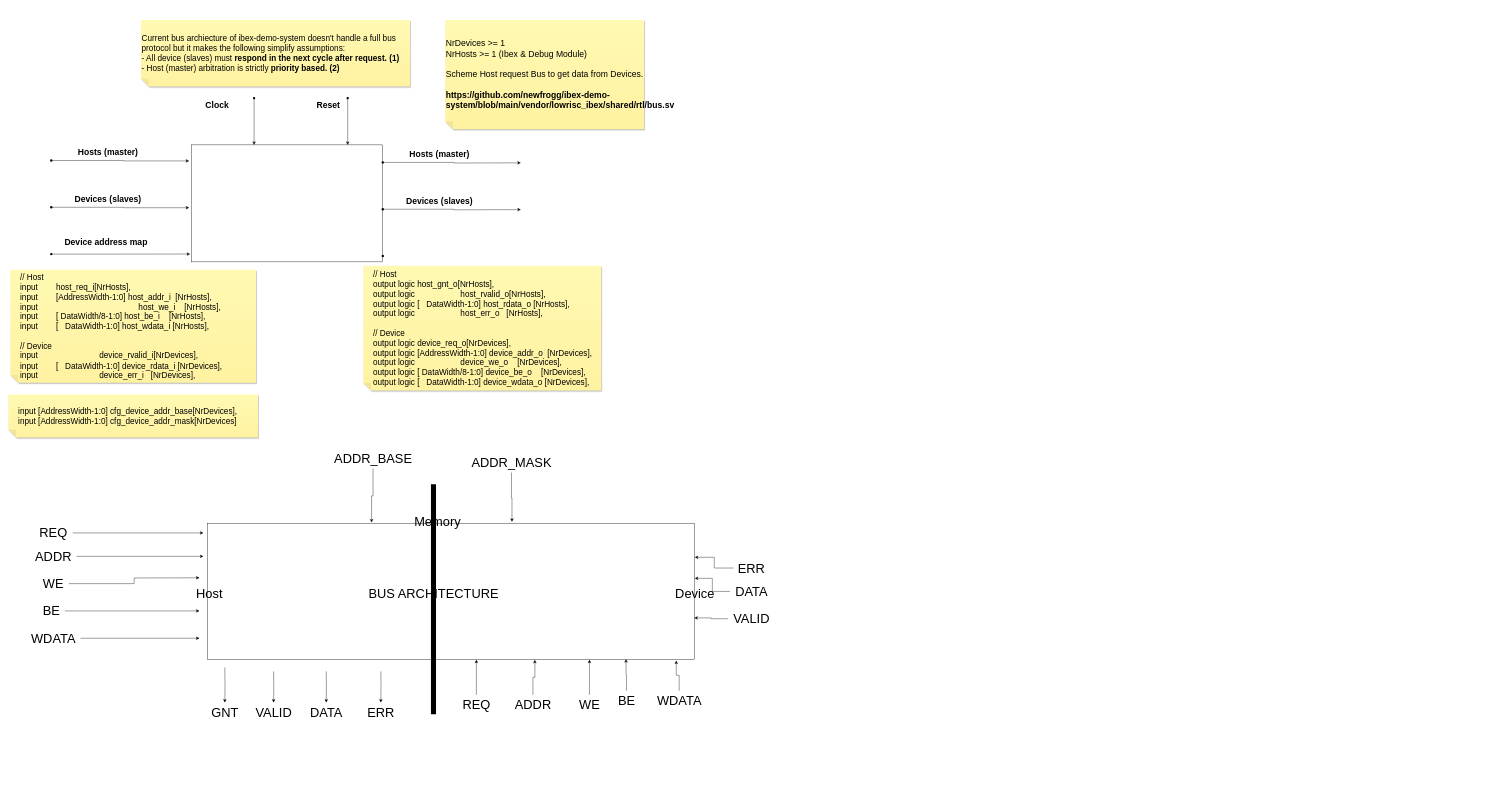
The draw.io diagram page "bus" (5 of 5) of doc/LSTMAccelerator.drawio in newfrogg/LSTMAccelerator, before the edit. Source tidied: cells renumbered, new cells numbered last; positions are measured from the earlier drawing's top-left corner, leaving out a move shared by most shapes. Both pictures are drawn from the tidied source at 39%, with x=0, y=0 at pixel (8, 20).
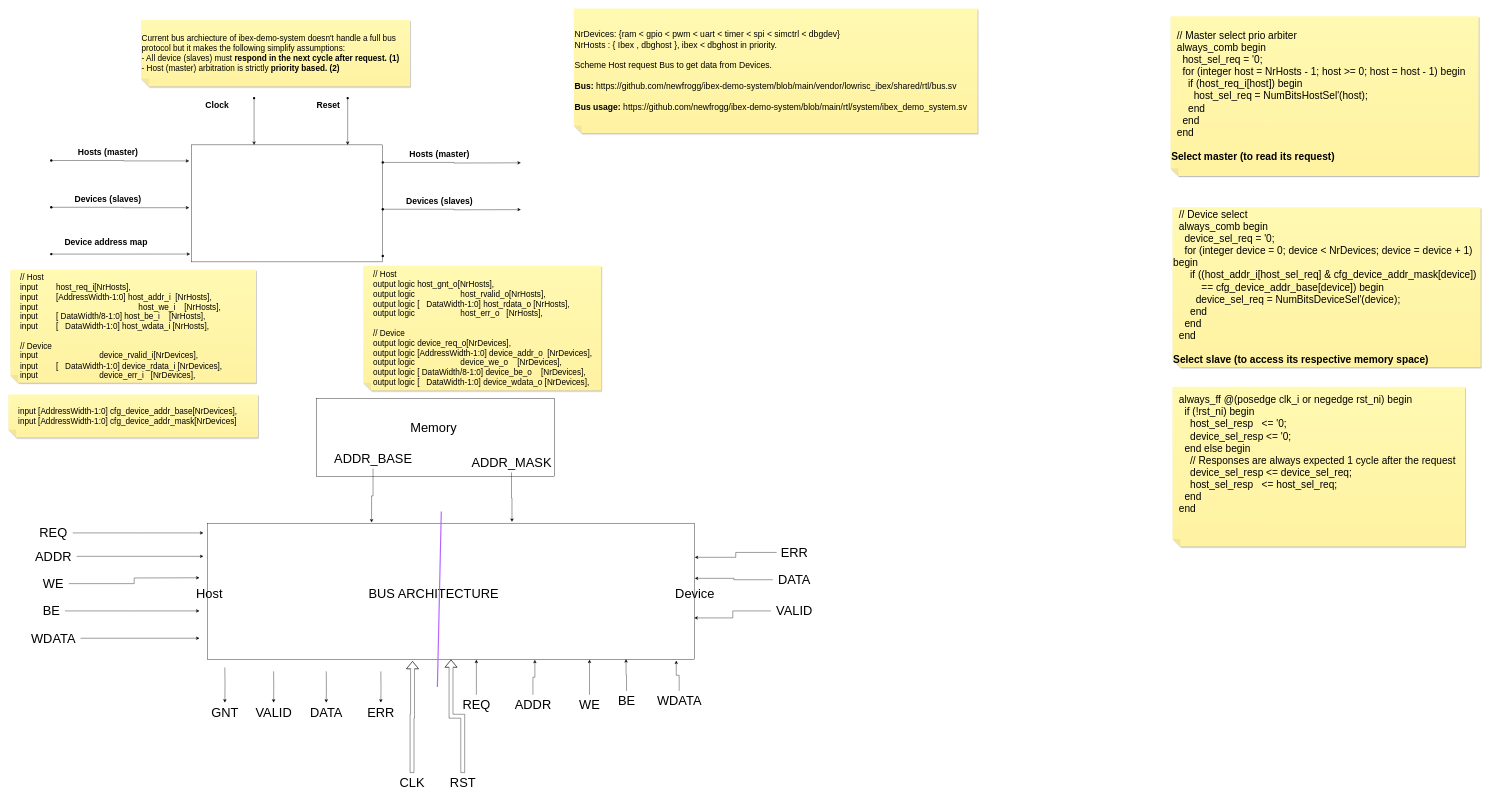
Above is the later version.

The change refers to these unchanged cells:
```xml
<mxCell id="30" style="rounded=0;whiteSpace=wrap;html=1;" parent="1" vertex="1">
  <mxGeometry x="510" y="1290" width="1250" height="350" as="geometry" />
</mxCell>
```

Change to the diagram source:
```diff
@@
+    <mxCell id="74" style="rounded=0;whiteSpace=wrap;html=1;" parent="1" vertex="1">
+      <mxGeometry x="790" y="970" width="610" height="200" as="geometry" />
+    </mxCell>
@@
-    <mxCell id="26" value="&lt;font style=&quot;font-size: 22px;&quot;&gt;NrDevices &amp;gt;= 1&lt;br&gt;NrHosts &amp;gt;= 1 (Ibex &amp;amp; Debug Module)&lt;br&gt;&lt;br&gt;Scheme Host request Bus to get data from Devices.&lt;br&gt;&lt;br&gt;&lt;b&gt;https://github.com/newfrogg/ibex-demo-system/blob/main/vendor/lowrisc_ibex/shared/rtl/bus.sv&lt;/b&gt;&lt;br&gt;&lt;/font&gt;" style="shape=note;whiteSpace=wrap;html=1;backgroundOutline=1;fontColor=#000000;darkOpacity=0.05;fillColor=#FFF9B2;strokeColor=none;fillStyle=solid;direction=west;gradientDirection=north;gradientColor=#FFF2A1;shadow=1;size=20;align=left;" parent="1" vertex="1">
-      <mxGeometry x="1120" width="510" height="280" as="geometry" />
+    <mxCell id="26" value="&lt;font style=&quot;font-size: 22px;&quot;&gt;NrDevices: {ram &amp;lt; gpio &amp;lt; pwm &amp;lt; uart &amp;lt; timer &amp;lt; spi &amp;lt; simctrl &amp;lt; dbgdev}&lt;br&gt;NrHosts : { Ibex , dbghost }, ibex &amp;lt; dbghost in priority.&lt;br&gt;&lt;br&gt;Scheme Host request Bus to get data from Devices.&lt;br&gt;&lt;br&gt;&lt;b&gt;Bus: &lt;/b&gt;https://github.com/newfrogg/ibex-demo-system/blob/main/vendor/lowrisc_ibex/shared/rtl/bus.sv&lt;br&gt;&lt;/font&gt;&lt;div&gt;&lt;font style=&quot;font-size: 22px;&quot;&gt;&lt;b&gt;&lt;br&gt;&lt;/b&gt;&lt;/font&gt;&lt;/div&gt;&lt;div&gt;&lt;font style=&quot;&quot;&gt;&lt;span style=&quot;font-size: 22px;&quot;&gt;&lt;b&gt;Bus usage: &lt;/b&gt;https://github.com/newfrogg/ibex-demo-system/blob/main/rtl/system/ibex_demo_system.sv&lt;/span&gt;&lt;br&gt;&lt;/font&gt;&lt;/div&gt;" style="shape=note;whiteSpace=wrap;html=1;backgroundOutline=1;fontColor=#000000;darkOpacity=0.05;fillColor=#FFF9B2;strokeColor=none;fillStyle=solid;direction=west;gradientDirection=north;gradientColor=#FFF2A1;shadow=1;size=20;align=left;" parent="1" vertex="1">
+      <mxGeometry x="1450" y="-30" width="1035" height="320" as="geometry" />
     </mxCell>
@@
-    <mxCell id="31" style="endArrow=none;html=1;rounded=0;strokeWidth=13;" parent="1" edge="1">
-      <mxGeometry relative="1" as="geometry">
-        <mxPoint x="1090" y="1780" as="sourcePoint" />
-        <mxPoint x="1090" y="1190" as="targetPoint" />
-      </mxGeometry>
-    </mxCell>
@@
     <mxCell id="52" value="&lt;font style=&quot;font-size: 33px;&quot;&gt;VALID&lt;/font&gt;" style="text;html=1;align=center;verticalAlign=middle;points=[];strokeColor=none;fillColor=none;" parent="1" vertex="1">
-      <mxGeometry x="1845" y="1510" width="120" height="50" as="geometry" />
+      <mxGeometry x="1955" y="1490" width="120" height="50" as="geometry" />
     </mxCell>
     <mxCell id="53" value="&lt;font style=&quot;font-size: 33px;&quot;&gt;DATA&lt;/font&gt;" style="text;html=1;align=center;verticalAlign=middle;points=[];strokeColor=none;fillColor=none;" parent="1" vertex="1">
-      <mxGeometry x="1850" y="1440" width="110" height="50" as="geometry" />
+      <mxGeometry x="1960" y="1410" width="110" height="50" as="geometry" />
     </mxCell>
@@
     <mxCell id="55" value="&lt;font style=&quot;font-size: 33px;&quot;&gt;ERR&lt;/font&gt;" style="text;html=1;align=center;verticalAlign=middle;points=[];strokeColor=none;fillColor=none;" parent="1" vertex="1">
-      <mxGeometry x="1860" y="1380" width="90" height="50" as="geometry" />
+      <mxGeometry x="1970" y="1340" width="90" height="50" as="geometry" />
     </mxCell>
@@
     <mxCell id="68" value="&lt;font style=&quot;font-size: 33px;&quot;&gt;Memory&lt;/font&gt;" style="text;html=1;align=center;verticalAlign=middle;strokeColor=none;fillColor=none;" parent="1" vertex="1">
-      <mxGeometry x="1030" y="1260" width="140" height="50" as="geometry" />
+      <mxGeometry x="1020" y="1020" width="140" height="50" as="geometry" />
     </mxCell>
@@
+    <mxCell id="75" value="&lt;font style=&quot;font-size: 33px;&quot;&gt;CLK&lt;/font&gt;" style="text;html=1;align=center;verticalAlign=middle;points=[];strokeColor=none;fillColor=none;" parent="1" vertex="1">
+      <mxGeometry x="990" y="1930" width="90" height="50" as="geometry" />
+    </mxCell>
+    <mxCell id="76" style="edgeStyle=orthogonalEdgeStyle;rounded=0;jettySize=auto;html=1;entryX=0.5;entryY=1;entryDx=0;entryDy=0;shape=flexArrow;" parent="1" edge="1" source="77" target="30">
+      <mxGeometry relative="1" as="geometry" />
+    </mxCell>
+    <mxCell id="77" value="&lt;font style=&quot;font-size: 33px;&quot;&gt;RST&lt;/font&gt;" style="text;html=1;align=center;verticalAlign=middle;points=[];strokeColor=none;fillColor=none;" parent="1" vertex="1">
+      <mxGeometry x="1120" y="1930" width="90" height="50" as="geometry" />
+    </mxCell>
+    <mxCell id="78" style="edgeStyle=orthogonalEdgeStyle;rounded=0;jettySize=auto;html=1;entryX=0.421;entryY=1.011;entryDx=0;entryDy=0;entryPerimeter=0;shape=flexArrow;" parent="1" edge="1" source="75" target="30">
+      <mxGeometry relative="1" as="geometry" />
+    </mxCell>
+    <mxCell id="79" style="endArrow=none;html=1;rounded=0;strokeWidth=3;strokeColor=#B266FF;" parent="1" edge="1">
+      <mxGeometry relative="1" as="geometry">
+        <mxPoint x="1100" y="1710" as="sourcePoint" />
+        <mxPoint x="1110" y="1260" as="targetPoint" />
+      </mxGeometry>
+    </mxCell>
+    <mxCell id="80" value="&lt;div style=&quot;font-size: 26px;&quot;&gt;&lt;font style=&quot;font-size: 26px;&quot;&gt;&lt;div&gt;&amp;nbsp; // Master select prio arbiter&lt;/div&gt;&lt;div&gt;&amp;nbsp; always_comb begin&lt;/div&gt;&lt;div&gt;&amp;nbsp; &amp;nbsp; host_sel_req = '0;&lt;/div&gt;&lt;div&gt;&amp;nbsp; &amp;nbsp; for (integer host = NrHosts - 1; host &amp;gt;= 0; host = host - 1) begin&lt;/div&gt;&lt;div&gt;&amp;nbsp; &amp;nbsp; &amp;nbsp; if (host_req_i[host]) begin&lt;/div&gt;&lt;div&gt;&amp;nbsp; &amp;nbsp; &amp;nbsp; &amp;nbsp; host_sel_req = NumBitsHostSel'(host);&lt;/div&gt;&lt;div&gt;&amp;nbsp; &amp;nbsp; &amp;nbsp; end&lt;/div&gt;&lt;div&gt;&amp;nbsp; &amp;nbsp; end&lt;/div&gt;&lt;div&gt;&amp;nbsp; end&lt;/div&gt;&lt;div&gt;&lt;br&gt;&lt;/div&gt;&lt;div&gt;&lt;b&gt;Select master (to read its request)&lt;/b&gt;&lt;/div&gt;&lt;/font&gt;&lt;/div&gt;" style="shape=note;whiteSpace=wrap;html=1;backgroundOutline=1;fontColor=#000000;darkOpacity=0.05;fillColor=#FFF9B2;strokeColor=none;fillStyle=solid;direction=west;gradientDirection=north;gradientColor=#FFF2A1;shadow=1;size=20;align=left;" parent="1" vertex="1">
+      <mxGeometry x="2980" y="-10" width="790" height="410" as="geometry" />
+    </mxCell>
+    <mxCell id="81" value="&lt;div style=&quot;&quot;&gt;&lt;font style=&quot;&quot;&gt;&lt;div style=&quot;&quot;&gt;&lt;div style=&quot;&quot;&gt;&lt;span style=&quot;font-size: 26px;&quot;&gt;&amp;nbsp; // Device select&lt;/span&gt;&lt;/div&gt;&lt;div style=&quot;&quot;&gt;&lt;span style=&quot;font-size: 26px;&quot;&gt;&amp;nbsp; always_comb begin&lt;/span&gt;&lt;/div&gt;&lt;div style=&quot;&quot;&gt;&lt;span style=&quot;font-size: 26px;&quot;&gt;&amp;nbsp; &amp;nbsp; device_sel_req = '0;&lt;/span&gt;&lt;/div&gt;&lt;div style=&quot;&quot;&gt;&lt;span style=&quot;font-size: 26px;&quot;&gt;&amp;nbsp; &amp;nbsp; for (integer device = 0; device &amp;lt; NrDevices; device = device + 1) begin&lt;/span&gt;&lt;/div&gt;&lt;div style=&quot;&quot;&gt;&lt;span style=&quot;font-size: 26px;&quot;&gt;&amp;nbsp; &amp;nbsp; &amp;nbsp; if ((host_addr_i[host_sel_req] &amp;amp; cfg_device_addr_mask[device])&lt;/span&gt;&lt;/div&gt;&lt;div style=&quot;&quot;&gt;&lt;span style=&quot;font-size: 26px;&quot;&gt;&amp;nbsp; &amp;nbsp; &amp;nbsp; &amp;nbsp; &amp;nbsp; == cfg_device_addr_base[device]) begin&lt;/span&gt;&lt;/div&gt;&lt;div style=&quot;&quot;&gt;&lt;span style=&quot;font-size: 26px;&quot;&gt;&amp;nbsp; &amp;nbsp; &amp;nbsp; &amp;nbsp; device_sel_req = NumBitsDeviceSel'(device);&lt;/span&gt;&lt;/div&gt;&lt;div style=&quot;&quot;&gt;&lt;span style=&quot;font-size: 26px;&quot;&gt;&amp;nbsp; &amp;nbsp; &amp;nbsp; end&lt;/span&gt;&lt;/div&gt;&lt;div style=&quot;&quot;&gt;&lt;span style=&quot;font-size: 26px;&quot;&gt;&amp;nbsp; &amp;nbsp; end&lt;/span&gt;&lt;/div&gt;&lt;div style=&quot;&quot;&gt;&lt;span style=&quot;font-size: 26px;&quot;&gt;&amp;nbsp; end&lt;/span&gt;&lt;/div&gt;&lt;/div&gt;&lt;div style=&quot;font-size: 26px;&quot;&gt;&lt;br&gt;&lt;/div&gt;&lt;div style=&quot;font-size: 26px;&quot;&gt;&lt;b&gt;Select slave (to access its respective memory space)&lt;/b&gt;&lt;/div&gt;&lt;/font&gt;&lt;/div&gt;" style="shape=note;whiteSpace=wrap;html=1;backgroundOutline=1;fontColor=#000000;darkOpacity=0.05;fillColor=#FFF9B2;strokeColor=none;fillStyle=solid;direction=west;gradientDirection=north;gradientColor=#FFF2A1;shadow=1;size=20;align=left;" parent="1" vertex="1">
+      <mxGeometry x="2985" y="480" width="790" height="410" as="geometry" />
+    </mxCell>
+    <mxCell id="82" value="&lt;div style=&quot;&quot;&gt;&lt;font style=&quot;&quot;&gt;&lt;div style=&quot;&quot;&gt;&lt;div style=&quot;&quot;&gt;&lt;span style=&quot;font-size: 26px;&quot;&gt;&amp;nbsp; always_ff @(posedge clk_i or negedge rst_ni) begin&lt;/span&gt;&lt;/div&gt;&lt;div style=&quot;&quot;&gt;&lt;span style=&quot;font-size: 26px;&quot;&gt;&amp;nbsp; &amp;nbsp; if (!rst_ni) begin&lt;/span&gt;&lt;/div&gt;&lt;div style=&quot;&quot;&gt;&lt;span style=&quot;font-size: 26px;&quot;&gt;&amp;nbsp; &amp;nbsp; &amp;nbsp; host_sel_resp&amp;nbsp; &amp;nbsp;&amp;lt;= '0;&lt;/span&gt;&lt;/div&gt;&lt;div style=&quot;&quot;&gt;&lt;span style=&quot;font-size: 26px;&quot;&gt;&amp;nbsp; &amp;nbsp; &amp;nbsp; device_sel_resp &amp;lt;= '0;&lt;/span&gt;&lt;/div&gt;&lt;div style=&quot;&quot;&gt;&lt;span style=&quot;font-size: 26px;&quot;&gt;&amp;nbsp; &amp;nbsp; end else begin&lt;/span&gt;&lt;/div&gt;&lt;div style=&quot;&quot;&gt;&lt;span style=&quot;font-size: 26px;&quot;&gt;&amp;nbsp; &amp;nbsp; &amp;nbsp; // Responses are always expected 1 cycle after the request&lt;/span&gt;&lt;/div&gt;&lt;div style=&quot;&quot;&gt;&lt;span style=&quot;font-size: 26px;&quot;&gt;&amp;nbsp; &amp;nbsp; &amp;nbsp; device_sel_resp &amp;lt;= device_sel_req;&lt;/span&gt;&lt;/div&gt;&lt;div style=&quot;&quot;&gt;&lt;span style=&quot;font-size: 26px;&quot;&gt;&amp;nbsp; &amp;nbsp; &amp;nbsp; host_sel_resp&amp;nbsp; &amp;nbsp;&amp;lt;= host_sel_req;&lt;/span&gt;&lt;/div&gt;&lt;div style=&quot;&quot;&gt;&lt;span style=&quot;font-size: 26px;&quot;&gt;&amp;nbsp; &amp;nbsp; end&lt;/span&gt;&lt;/div&gt;&lt;div style=&quot;&quot;&gt;&lt;span style=&quot;font-size: 26px;&quot;&gt;&amp;nbsp; end&lt;/span&gt;&lt;/div&gt;&lt;/div&gt;&lt;div style=&quot;font-size: 26px;&quot;&gt;&lt;br&gt;&lt;/div&gt;&lt;div style=&quot;font-size: 26px;&quot;&gt;&lt;br&gt;&lt;/div&gt;&lt;/font&gt;&lt;/div&gt;" style="shape=note;whiteSpace=wrap;html=1;backgroundOutline=1;fontColor=#000000;darkOpacity=0.05;fillColor=#FFF9B2;strokeColor=none;fillStyle=solid;direction=west;gradientDirection=north;gradientColor=#FFF2A1;shadow=1;size=20;align=left;" parent="1" vertex="1">
+      <mxGeometry x="2985" y="940" width="750" height="410" as="geometry" />
+    </mxCell>
```
